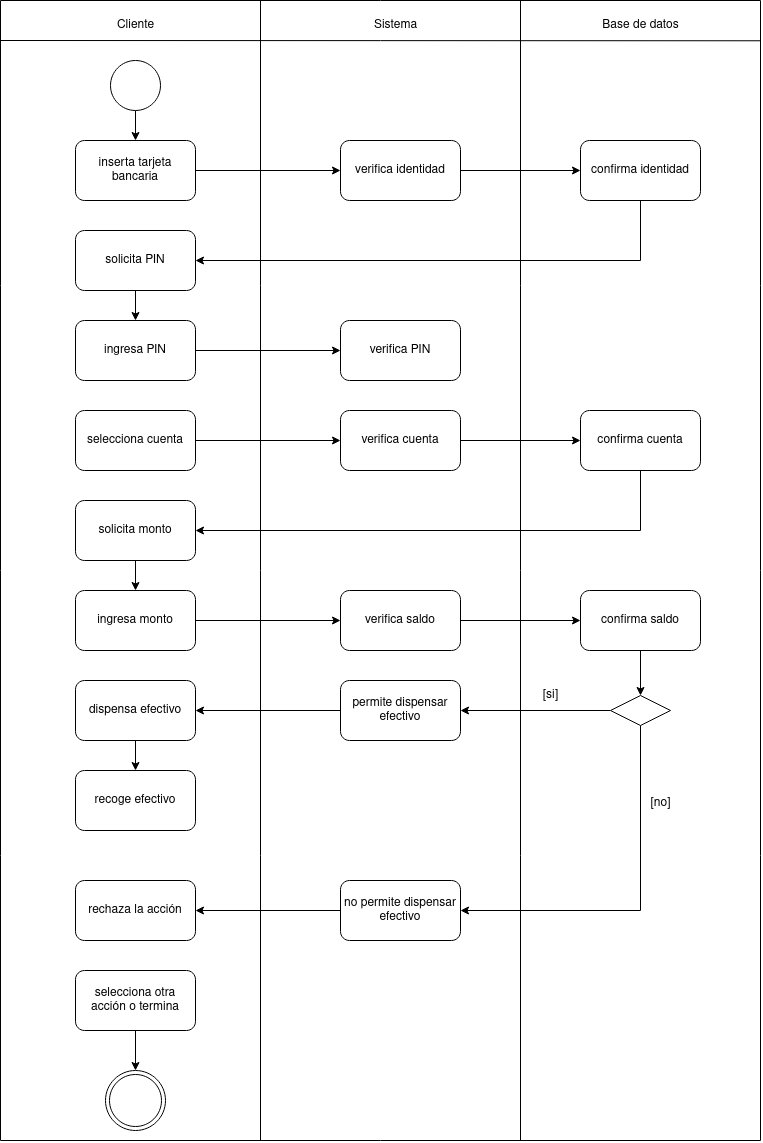
The draw.io diagram diagramas/tarea6 (cajero automatico)/diagrama_actividades_cajero_automatico.png in Chugani05/entorno_de_desarrollo, before a commit. Source tidied: cells renumbered, new cells last; positions are measured from the earlier drawing's top-left corner, leaving out a move shared by most shapes. Source of this version:
```xml
<mxGraphModel>
  <root>
    <mxCell id="0" />
    <mxCell id="1" parent="0" />
    <mxCell id="2" style="swimlane;startSize=0;" parent="1" vertex="1">
      <mxGeometry width="760" height="1140" as="geometry" />
    </mxCell>
    <mxCell id="3" style="endArrow=none;html=1;rounded=0;entryX=0.313;entryY=0;entryDx=0;entryDy=0;entryPerimeter=0;" parent="2" edge="1">
      <mxGeometry relative="1" as="geometry">
        <mxPoint x="520" y="1140" as="sourcePoint" />
        <mxPoint x="520" as="targetPoint" />
      </mxGeometry>
    </mxCell>
    <mxCell id="4" style="endArrow=none;html=1;rounded=0;entryX=0.313;entryY=0;entryDx=0;entryDy=0;entryPerimeter=0;" parent="2" edge="1">
      <mxGeometry relative="1" as="geometry">
        <mxPoint x="260" y="1140" as="sourcePoint" />
        <mxPoint x="260" as="targetPoint" />
      </mxGeometry>
    </mxCell>
    <mxCell id="5" style="endArrow=none;html=1;rounded=0;entryX=1;entryY=0.078;entryDx=0;entryDy=0;entryPerimeter=0;" parent="2" edge="1">
      <mxGeometry relative="1" as="geometry">
        <mxPoint y="40" as="sourcePoint" />
        <mxPoint x="760" y="40.3" as="targetPoint" />
      </mxGeometry>
    </mxCell>
    <mxCell id="6" style="edgeStyle=orthogonalEdgeStyle;rounded=0;jettySize=auto;html=1;exitX=0.5;exitY=1;exitDx=0;exitDy=0;entryX=0.5;entryY=0;entryDx=0;entryDy=0;" parent="2" edge="1" source="7" target="9">
      <mxGeometry relative="1" as="geometry" />
    </mxCell>
    <mxCell id="7" style="ellipse;whiteSpace=wrap;html=1;" parent="2" vertex="1">
      <mxGeometry x="110" y="60" width="50" height="50" as="geometry" />
    </mxCell>
    <mxCell id="8" style="edgeStyle=orthogonalEdgeStyle;rounded=0;jettySize=auto;html=1;exitX=1;exitY=0.5;exitDx=0;exitDy=0;entryX=0;entryY=0.5;entryDx=0;entryDy=0;" parent="2" edge="1" source="9" target="11">
      <mxGeometry relative="1" as="geometry" />
    </mxCell>
    <mxCell id="9" value="inserta tarjeta bancaria" style="rounded=1;whiteSpace=wrap;html=1;" parent="2" vertex="1">
      <mxGeometry x="75" y="140" width="120" height="60" as="geometry" />
    </mxCell>
    <mxCell id="10" style="edgeStyle=orthogonalEdgeStyle;rounded=0;jettySize=auto;html=1;exitX=1;exitY=0.5;exitDx=0;exitDy=0;entryX=0;entryY=0.5;entryDx=0;entryDy=0;" parent="2" edge="1" source="11" target="27">
      <mxGeometry relative="1" as="geometry" />
    </mxCell>
    <mxCell id="11" value="verifica identidad" style="rounded=1;whiteSpace=wrap;html=1;" parent="2" vertex="1">
      <mxGeometry x="340" y="140" width="120" height="60" as="geometry" />
    </mxCell>
    <mxCell id="12" style="edgeStyle=orthogonalEdgeStyle;rounded=0;jettySize=auto;html=1;exitX=0.5;exitY=1;exitDx=0;exitDy=0;entryX=0.5;entryY=0;entryDx=0;entryDy=0;" parent="2" edge="1" source="13" target="16">
      <mxGeometry relative="1" as="geometry" />
    </mxCell>
    <mxCell id="13" value="solicita PIN" style="rounded=1;whiteSpace=wrap;html=1;" parent="2" vertex="1">
      <mxGeometry x="75" y="230" width="120" height="60" as="geometry" />
    </mxCell>
    <mxCell id="14" value="verifica PIN" style="rounded=1;whiteSpace=wrap;html=1;" parent="2" vertex="1">
      <mxGeometry x="340" y="320" width="120" height="60" as="geometry" />
    </mxCell>
    <mxCell id="15" style="edgeStyle=orthogonalEdgeStyle;rounded=0;jettySize=auto;html=1;exitX=1;exitY=0.5;exitDx=0;exitDy=0;entryX=0;entryY=0.5;entryDx=0;entryDy=0;" parent="2" edge="1" source="16" target="14">
      <mxGeometry relative="1" as="geometry" />
    </mxCell>
    <mxCell id="16" value="ingresa PIN" style="rounded=1;whiteSpace=wrap;html=1;" parent="2" vertex="1">
      <mxGeometry x="75" y="320" width="120" height="60" as="geometry" />
    </mxCell>
    <mxCell id="17" value="Cliente" style="text;html=1;align=center;verticalAlign=middle;strokeColor=none;fillColor=none;" parent="2" vertex="1">
      <mxGeometry x="105" y="10" width="60" height="30" as="geometry" />
    </mxCell>
    <mxCell id="18" value="Sistema" style="text;html=1;align=center;verticalAlign=middle;strokeColor=none;fillColor=none;" parent="2" vertex="1">
      <mxGeometry x="360" y="10" width="70" height="30" as="geometry" />
    </mxCell>
    <mxCell id="19" value="Base de datos" style="text;html=1;align=center;verticalAlign=middle;strokeColor=none;fillColor=none;" parent="2" vertex="1">
      <mxGeometry x="590" y="10" width="100" height="30" as="geometry" />
    </mxCell>
    <mxCell id="20" style="edgeStyle=orthogonalEdgeStyle;rounded=0;jettySize=auto;html=1;exitX=1;exitY=0.5;exitDx=0;exitDy=0;entryX=0;entryY=0.5;entryDx=0;entryDy=0;" parent="2" edge="1" source="21" target="23">
      <mxGeometry relative="1" as="geometry" />
    </mxCell>
    <mxCell id="21" value="selecciona cuenta" style="rounded=1;whiteSpace=wrap;html=1;" parent="2" vertex="1">
      <mxGeometry x="75" y="410" width="120" height="60" as="geometry" />
    </mxCell>
    <mxCell id="22" style="edgeStyle=orthogonalEdgeStyle;rounded=0;jettySize=auto;html=1;exitX=1;exitY=0.5;exitDx=0;exitDy=0;entryX=0;entryY=0.5;entryDx=0;entryDy=0;" parent="2" edge="1" source="23" target="29">
      <mxGeometry relative="1" as="geometry" />
    </mxCell>
    <mxCell id="23" value="verifica cuenta" style="rounded=1;whiteSpace=wrap;html=1;" parent="2" vertex="1">
      <mxGeometry x="340" y="410" width="120" height="60" as="geometry" />
    </mxCell>
    <mxCell id="24" style="edgeStyle=orthogonalEdgeStyle;rounded=0;jettySize=auto;html=1;exitX=0.5;exitY=1;exitDx=0;exitDy=0;entryX=0.5;entryY=0;entryDx=0;entryDy=0;" parent="2" edge="1" source="25" target="31">
      <mxGeometry relative="1" as="geometry" />
    </mxCell>
    <mxCell id="25" value="solicita monto" style="rounded=1;whiteSpace=wrap;html=1;" parent="2" vertex="1">
      <mxGeometry x="75" y="500" width="120" height="60" as="geometry" />
    </mxCell>
    <mxCell id="26" style="edgeStyle=orthogonalEdgeStyle;rounded=0;jettySize=auto;html=1;exitX=0.5;exitY=1;exitDx=0;exitDy=0;entryX=1;entryY=0.5;entryDx=0;entryDy=0;" parent="2" edge="1" source="27" target="13">
      <mxGeometry relative="1" as="geometry" />
    </mxCell>
    <mxCell id="27" value="confirma identidad" style="rounded=1;whiteSpace=wrap;html=1;" parent="2" vertex="1">
      <mxGeometry x="580" y="140" width="120" height="60" as="geometry" />
    </mxCell>
    <mxCell id="28" style="edgeStyle=orthogonalEdgeStyle;rounded=0;jettySize=auto;html=1;exitX=0.5;exitY=1;exitDx=0;exitDy=0;entryX=1;entryY=0.5;entryDx=0;entryDy=0;" parent="2" edge="1" source="29" target="25">
      <mxGeometry relative="1" as="geometry" />
    </mxCell>
    <mxCell id="29" value="confirma cuenta" style="rounded=1;whiteSpace=wrap;html=1;" parent="2" vertex="1">
      <mxGeometry x="580" y="410" width="120" height="60" as="geometry" />
    </mxCell>
    <mxCell id="30" style="edgeStyle=orthogonalEdgeStyle;rounded=0;jettySize=auto;html=1;exitX=1;exitY=0.5;exitDx=0;exitDy=0;entryX=0;entryY=0.5;entryDx=0;entryDy=0;" parent="2" edge="1" source="31" target="33">
      <mxGeometry relative="1" as="geometry" />
    </mxCell>
    <mxCell id="31" value="ingresa monto" style="rounded=1;whiteSpace=wrap;html=1;" parent="2" vertex="1">
      <mxGeometry x="75" y="590" width="120" height="60" as="geometry" />
    </mxCell>
    <mxCell id="32" style="edgeStyle=orthogonalEdgeStyle;rounded=0;jettySize=auto;html=1;exitX=1;exitY=0.5;exitDx=0;exitDy=0;entryX=0;entryY=0.5;entryDx=0;entryDy=0;" parent="2" edge="1" source="33" target="35">
      <mxGeometry relative="1" as="geometry" />
    </mxCell>
    <mxCell id="33" value="verifica saldo" style="rounded=1;whiteSpace=wrap;html=1;" parent="2" vertex="1">
      <mxGeometry x="340" y="590" width="120" height="60" as="geometry" />
    </mxCell>
    <mxCell id="34" style="edgeStyle=orthogonalEdgeStyle;rounded=0;jettySize=auto;html=1;exitX=0.5;exitY=1;exitDx=0;exitDy=0;entryX=0.5;entryY=0;entryDx=0;entryDy=0;" parent="2" edge="1" source="35" target="38">
      <mxGeometry relative="1" as="geometry" />
    </mxCell>
    <mxCell id="35" value="confirma saldo" style="rounded=1;whiteSpace=wrap;html=1;" parent="2" vertex="1">
      <mxGeometry x="580" y="590" width="120" height="60" as="geometry" />
    </mxCell>
    <mxCell id="36" style="edgeStyle=orthogonalEdgeStyle;rounded=0;jettySize=auto;html=1;exitX=0;exitY=0.5;exitDx=0;exitDy=0;entryX=1;entryY=0.5;entryDx=0;entryDy=0;" parent="2" edge="1" source="38" target="42">
      <mxGeometry relative="1" as="geometry" />
    </mxCell>
    <mxCell id="37" style="edgeStyle=orthogonalEdgeStyle;rounded=0;jettySize=auto;html=1;exitX=0.5;exitY=1;exitDx=0;exitDy=0;entryX=1;entryY=0.5;entryDx=0;entryDy=0;" parent="2" edge="1" source="38" target="47">
      <mxGeometry relative="1" as="geometry" />
    </mxCell>
    <mxCell id="38" style="rhombus;whiteSpace=wrap;html=1;" parent="2" vertex="1">
      <mxGeometry x="610" y="695" width="60" height="30" as="geometry" />
    </mxCell>
    <mxCell id="39" style="edgeStyle=orthogonalEdgeStyle;rounded=0;jettySize=auto;html=1;exitX=0.5;exitY=1;exitDx=0;exitDy=0;entryX=0.5;entryY=0;entryDx=0;entryDy=0;" parent="2" edge="1" source="40" target="43">
      <mxGeometry relative="1" as="geometry" />
    </mxCell>
    <mxCell id="40" value="dispensa efectivo" style="rounded=1;whiteSpace=wrap;html=1;" parent="2" vertex="1">
      <mxGeometry x="75" y="680" width="120" height="60" as="geometry" />
    </mxCell>
    <mxCell id="41" style="edgeStyle=orthogonalEdgeStyle;rounded=0;jettySize=auto;html=1;exitX=0;exitY=0.5;exitDx=0;exitDy=0;entryX=1;entryY=0.5;entryDx=0;entryDy=0;" parent="2" edge="1" source="42" target="40">
      <mxGeometry relative="1" as="geometry" />
    </mxCell>
    <mxCell id="42" value="permite dispensar efectivo" style="rounded=1;whiteSpace=wrap;html=1;" parent="2" vertex="1">
      <mxGeometry x="340" y="680" width="120" height="60" as="geometry" />
    </mxCell>
    <mxCell id="43" value="recoge efectivo" style="rounded=1;whiteSpace=wrap;html=1;" parent="2" vertex="1">
      <mxGeometry x="75" y="770" width="120" height="60" as="geometry" />
    </mxCell>
    <mxCell id="44" value="[si]" style="text;html=1;align=center;verticalAlign=middle;strokeColor=none;fillColor=none;" parent="2" vertex="1">
      <mxGeometry x="530" y="680" width="40" height="30" as="geometry" />
    </mxCell>
    <mxCell id="45" value="rechaza la acción" style="rounded=1;whiteSpace=wrap;html=1;" parent="2" vertex="1">
      <mxGeometry x="75" y="880" width="120" height="60" as="geometry" />
    </mxCell>
    <mxCell id="46" style="edgeStyle=orthogonalEdgeStyle;rounded=0;jettySize=auto;html=1;exitX=0;exitY=0.5;exitDx=0;exitDy=0;entryX=1;entryY=0.5;entryDx=0;entryDy=0;" parent="2" edge="1" source="47" target="45">
      <mxGeometry relative="1" as="geometry" />
    </mxCell>
    <mxCell id="47" value="no permite dispensar efectivo" style="rounded=1;whiteSpace=wrap;html=1;" parent="2" vertex="1">
      <mxGeometry x="340" y="880" width="120" height="60" as="geometry" />
    </mxCell>
    <mxCell id="48" style="edgeStyle=orthogonalEdgeStyle;rounded=0;jettySize=auto;html=1;exitX=0.5;exitY=1;exitDx=0;exitDy=0;entryX=0.5;entryY=0;entryDx=0;entryDy=0;" parent="2" edge="1" source="49" target="50">
      <mxGeometry relative="1" as="geometry" />
    </mxCell>
    <mxCell id="49" value="&lt;div&gt;selecciona otra&lt;/div&gt;&lt;div&gt;acción o termina&lt;/div&gt;" style="rounded=1;whiteSpace=wrap;html=1;" parent="2" vertex="1">
      <mxGeometry x="75" y="970" width="120" height="60" as="geometry" />
    </mxCell>
    <mxCell id="50" style="ellipse;shape=doubleEllipse;whiteSpace=wrap;html=1;" parent="2" vertex="1">
      <mxGeometry x="105" y="1070" width="60" height="60" as="geometry" />
    </mxCell>
    <mxCell id="51" value="[no]" style="text;html=1;align=center;verticalAlign=middle;strokeColor=none;fillColor=none;" parent="1" vertex="1">
      <mxGeometry x="640" y="788" width="40" height="30" as="geometry" />
    </mxCell>
  </root>
</mxGraphModel>
```
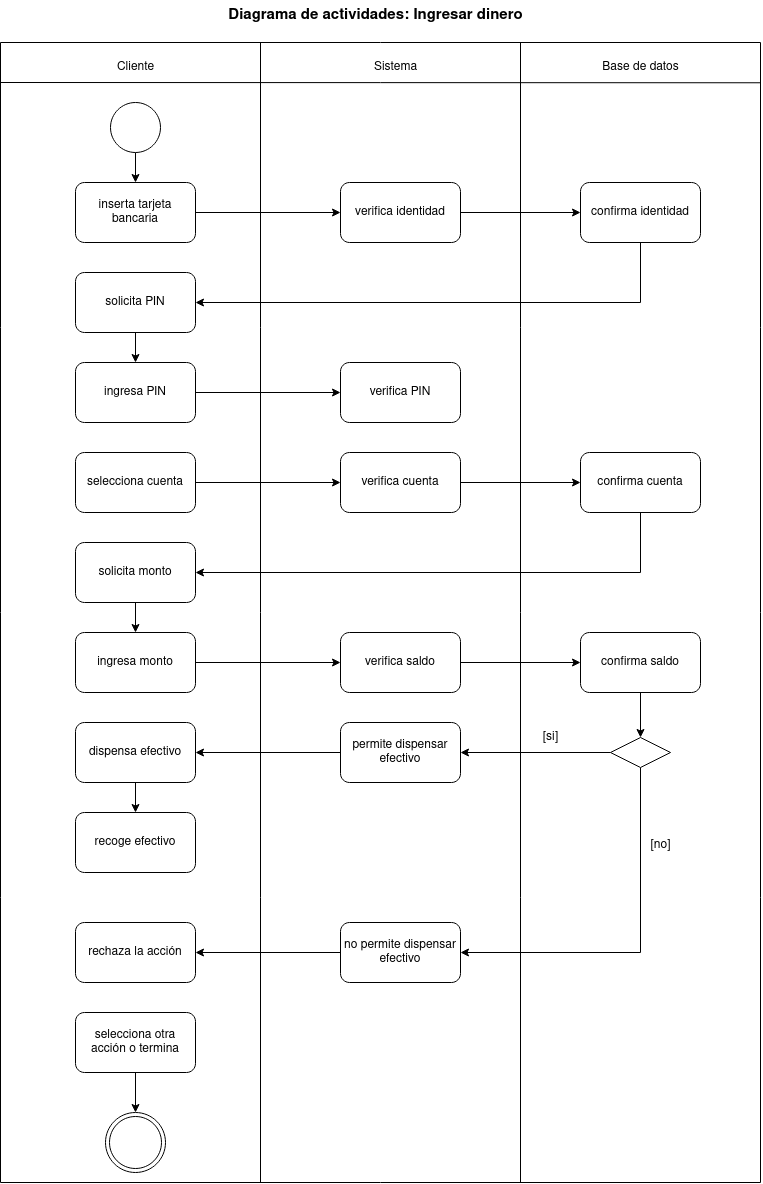
Above is the later version.

Diff of the diagram source:
```diff
@@ -161,5 +161,8 @@
     <mxCell id="51" value="[no]" style="text;html=1;align=center;verticalAlign=middle;strokeColor=none;fillColor=none;" parent="1" vertex="1">
       <mxGeometry x="640" y="788" width="40" height="30" as="geometry" />
     </mxCell>
+    <mxCell id="52" value="&lt;font style=&quot;font-size: 15px;&quot;&gt;&lt;b&gt;Diagrama de actividades: Ingresar dinero&lt;/b&gt;&lt;/font&gt;" style="text;html=1;align=center;verticalAlign=middle;strokeColor=none;fillColor=none;" parent="1" vertex="1">
+      <mxGeometry x="215" y="-42" width="320" height="30" as="geometry" />
+    </mxCell>
   </root>
 </mxGraphModel>
```
